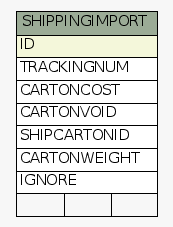
Above: dictionary/Fishbowl2013.5/diagrams/summary/SHIPPINGIMPORT.1degree.png in ilopez/FishbowlDataDictionary (Graphviz), before the change. Its source is kept beside it as dictionary/Fishbowl2013.5/diagrams/summary/SHIPPINGIMPORT.1degree.dot. Source of this version:
```dot
digraph "SHIPPINGIMPORT" {
  graph [
    rankdir="RL"
    bgcolor="#f7f7f7"
    nodesep="0.18"
    ranksep="0.46"
    fontname="Helvetica"
    fontsize="11"
  ];
  node [
    fontname="Helvetica"
    fontsize="11"
    shape="plaintext"
  ];
  edge [
    arrowsize="0.8"
  ];
  "SHIPPINGIMPORT" [
    label=<
    <TABLE BORDER="0" CELLBORDER="1" CELLSPACING="0" BGCOLOR="#ffffff">
      <TR><TD COLSPAN="3" BGCOLOR="#9bab96" ALIGN="CENTER">SHIPPINGIMPORT</TD></TR>
      <TR><TD PORT="ID" COLSPAN="3" BGCOLOR="#f4f7da" ALIGN="LEFT">ID</TD></TR>
      <TR><TD PORT="TRACKINGNUM" COLSPAN="3" ALIGN="LEFT">TRACKINGNUM</TD></TR>
      <TR><TD PORT="CARTONCOST" COLSPAN="3" ALIGN="LEFT">CARTONCOST</TD></TR>
      <TR><TD PORT="CARTONVOID" COLSPAN="3" ALIGN="LEFT">CARTONVOID</TD></TR>
      <TR><TD PORT="SHIPCARTONID" COLSPAN="3" ALIGN="LEFT">SHIPCARTONID</TD></TR>
      <TR><TD PORT="CARTONWEIGHT" COLSPAN="3" ALIGN="LEFT">CARTONWEIGHT</TD></TR>
      <TR><TD PORT="IGNORE" COLSPAN="3" ALIGN="LEFT">IGNORE</TD></TR>
      <TR><TD ALIGN="LEFT" BGCOLOR="#f7f7f7">  </TD><TD ALIGN="RIGHT" BGCOLOR="#f7f7f7">  </TD><TD ALIGN="RIGHT" BGCOLOR="#f7f7f7">  </TD></TR>
    </TABLE>>
    URL="tables/SHIPPINGIMPORT.html"
    tooltip="SHIPPINGIMPORT"
  ];
}
```
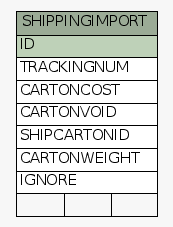
After the commit.

The edit, as a diff of the source:
```diff
@@ -19,7 +19,7 @@
     label=<
     <TABLE BORDER="0" CELLBORDER="1" CELLSPACING="0" BGCOLOR="#ffffff">
       <TR><TD COLSPAN="3" BGCOLOR="#9bab96" ALIGN="CENTER">SHIPPINGIMPORT</TD></TR>
-      <TR><TD PORT="ID" COLSPAN="3" BGCOLOR="#f4f7da" ALIGN="LEFT">ID</TD></TR>
+      <TR><TD PORT="ID" COLSPAN="3" BGCOLOR="#bed1b8" ALIGN="LEFT">ID</TD></TR>
       <TR><TD PORT="TRACKINGNUM" COLSPAN="3" ALIGN="LEFT">TRACKINGNUM</TD></TR>
       <TR><TD PORT="CARTONCOST" COLSPAN="3" ALIGN="LEFT">CARTONCOST</TD></TR>
       <TR><TD PORT="CARTONVOID" COLSPAN="3" ALIGN="LEFT">CARTONVOID</TD></TR>
```
